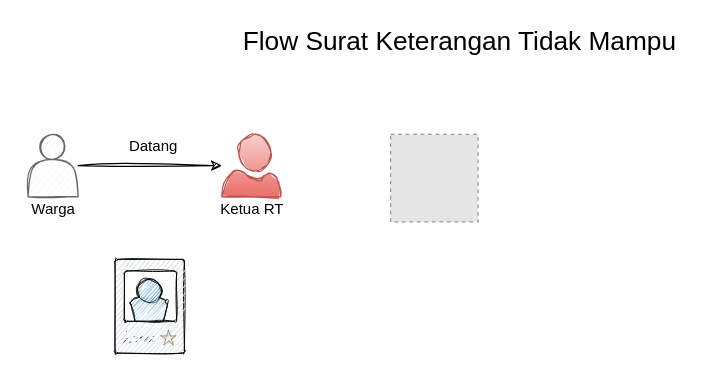
This is Flow Chart MasAPp.drawio from arifinriski/fullstack_challenge, a draw.io file, before an edit. Source tidied: cells renumbered, new cells numbered last; positions are measured from the earlier drawing's top-left corner, leaving out a move shared by most shapes. Both pictures are drawn from the tidied source at 125%, with x=0, y=0 at pixel (21, 21). Pictures stored in the file or linked from it are replaced by grey dashed boxes.
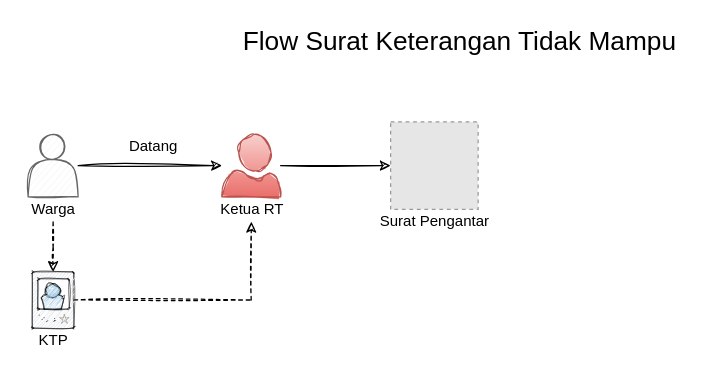
After the change.

Diff of the diagram source:
```diff
@@
 <mxGraphModel>
   <root>
     <mxCell id="0" />
     <mxCell id="1" parent="0" />
     <mxCell id="2" style="edgeStyle=orthogonalEdgeStyle;jettySize=auto;html=1;fontSize=21;sketch=1;" parent="1" edge="1" source="3" target="6">
       <mxGeometry relative="1" as="geometry" />
     </mxCell>
     <mxCell id="3" style="shape=actor;whiteSpace=wrap;html=1;fillColor=#f5f5f5;strokeColor=#666666;fontColor=#333333;sketch=1;" parent="1" vertex="1">
       <mxGeometry x="5" y="90" width="40" height="50" as="geometry" />
     </mxCell>
+    <mxCell id="11" style="edgeStyle=orthogonalEdgeStyle;rounded=0;sketch=1;jettySize=auto;html=1;dashed=1;" parent="1" edge="1" source="4" target="10">
+      <mxGeometry relative="1" as="geometry" />
+    </mxCell>
     <mxCell id="4" value="Warga" style="text;html=1;align=center;verticalAlign=middle;points=[];sketch=1;" parent="1" vertex="1">
       <mxGeometry y="140" width="50" height="20" as="geometry" />
     </mxCell>
     <mxCell id="5" value="Flow Surat Keterangan Tidak Mampu" style="text;html=1;align=center;verticalAlign=middle;fontSize=21;sketch=1;" parent="1" vertex="1">
       <mxGeometry x="170" width="360" height="30" as="geometry" />
     </mxCell>
+    <mxCell id="12" style="edgeStyle=orthogonalEdgeStyle;rounded=0;sketch=1;jettySize=auto;html=1;" parent="1" edge="1" source="6" target="9">
+      <mxGeometry relative="1" as="geometry" />
+    </mxCell>
     <mxCell id="6" style="shadow=0;dashed=0;html=1;strokeColor=#b85450;labelPosition=center;verticalLabelPosition=bottom;verticalAlign=top;align=center;fillColor=#f8cecc;shape=mxgraph.azure.user;fontSize=21;gradientColor=#ea6b66;sketch=1;" parent="1" vertex="1">
       <mxGeometry x="160" y="90" width="47" height="50" as="geometry" />
     </mxCell>
     <mxCell id="7" value="&lt;font style=&quot;font-size: 12px;&quot;&gt;Ketua RT&lt;/font&gt;" style="text;html=1;align=center;verticalAlign=middle;points=[];fontSize=12;strokeWidth=1;sketch=1;" parent="1" vertex="1">
       <mxGeometry x="148.5" y="140" width="70" height="20" as="geometry" />
     </mxCell>
     <mxCell id="8" value="Datang" style="text;html=1;align=center;verticalAlign=middle;fontSize=12;sketch=1;" parent="1" vertex="1">
       <mxGeometry x="80" y="90" width="50" height="20" as="geometry" />
     </mxCell>
     <mxCell id="9" style="fillColor=#E6E6E6;strokeColor=#999999;dashed=1;html=1;verticalAlign=top;verticalLabelPosition=bottom;labelBackgroundColor=#ffffff;" parent="1" vertex="1">
-      <mxGeometry x="295" y="90" width="70" height="70" as="geometry" />
+      <mxGeometry x="295" y="80" width="70" height="70" as="geometry" />
     </mxCell>
+    <mxCell id="13" style="edgeStyle=orthogonalEdgeStyle;rounded=0;sketch=1;jettySize=auto;html=1;dashed=1;" parent="1" edge="1" source="10" target="7">
+      <mxGeometry relative="1" as="geometry" />
+    </mxCell>
     <mxCell id="10" style="verticalLabelPosition=bottom;html=1;verticalAlign=top;strokeColor=none;align=center;outlineConnect=0;shape=mxgraph.citrix.access_card;sketch=1;" parent="1" vertex="1">
-      <mxGeometry x="74.5" y="190" width="55.5" height="75" as="geometry" />
+      <mxGeometry x="8.3" y="200" width="33.3" height="45" as="geometry" />
     </mxCell>
+    <mxCell id="14" value="KTP" style="text;html=1;align=center;verticalAlign=middle;" parent="1" vertex="1">
+      <mxGeometry x="5" y="245" width="40" height="20" as="geometry" />
+    </mxCell>
+    <mxCell id="15" value="Surat Pengantar" style="text;html=1;align=center;verticalAlign=middle;" parent="1" vertex="1">
+      <mxGeometry x="280" y="150" width="100" height="20" as="geometry" />
+    </mxCell>
   </root>
 </mxGraphModel>
```
